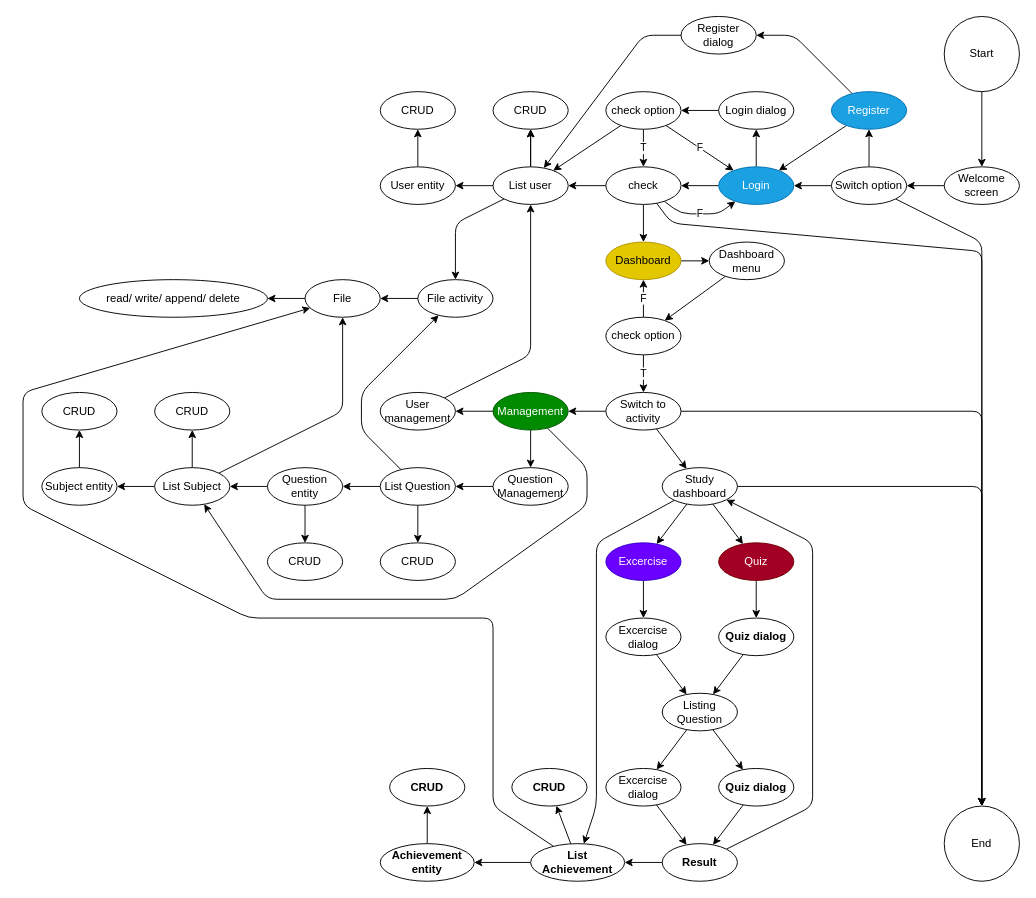
The draw.io diagram page "Use case" (1 of 2) of diagrams.drawio in dev4fut/quiz-system, before the edit. Source tidied: cells renumbered, new cells numbered last; positions are measured from the earlier drawing's top-left corner, leaving out a move shared by most shapes. Both pictures are drawn from the tidied source at 94%, with x=0, y=0 at pixel (23, 16).
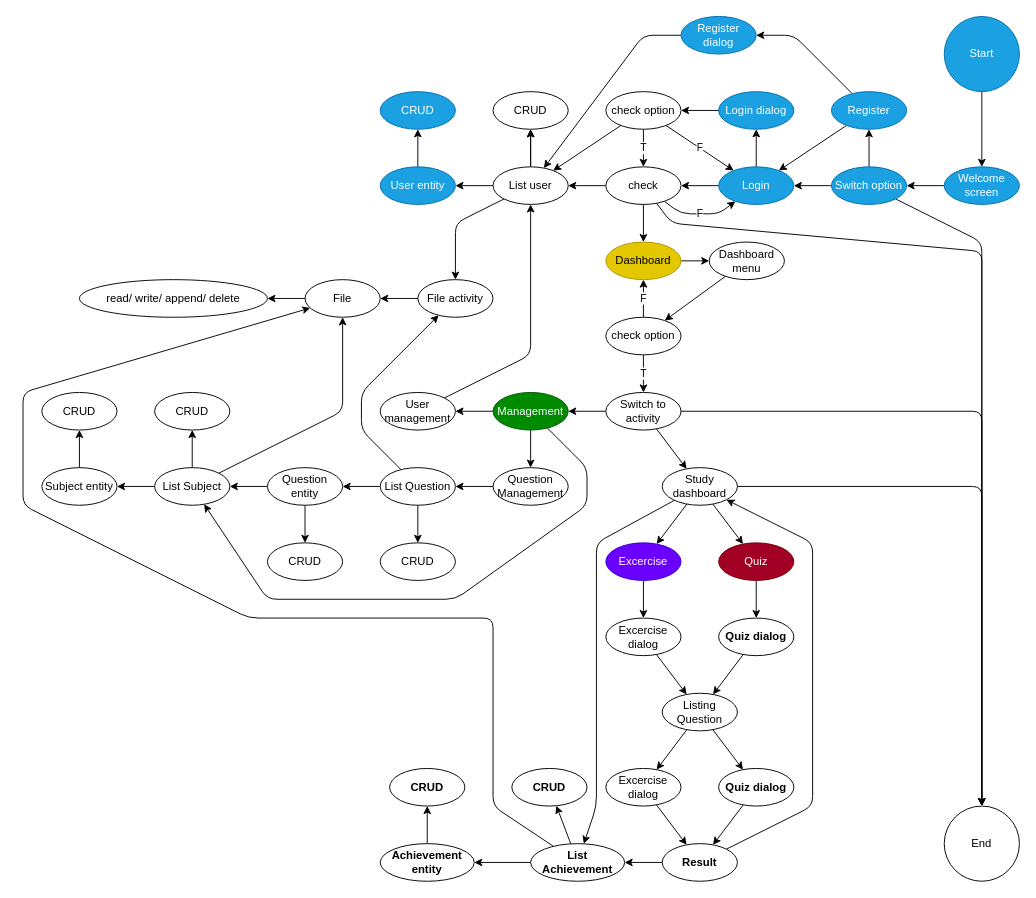
The same diagram, later.

Diff of the diagram source:
```diff
@@
-    <mxCell id="3" value="Start" style="ellipse;whiteSpace=wrap;html=1;" parent="1" vertex="1">
+    <mxCell id="3" value="Start" style="ellipse;whiteSpace=wrap;html=1;fillColor=#1ba1e2;fontColor=#ffffff;strokeColor=#006EAF;" parent="1" vertex="1">
       <mxGeometry x="980" width="80" height="80" as="geometry" />
     </mxCell>
@@
-    <mxCell id="13" value="User entity" style="ellipse;whiteSpace=wrap;html=1;" parent="1" vertex="1">
+    <mxCell id="13" value="User entity" style="ellipse;whiteSpace=wrap;html=1;fillColor=#1ba1e2;fontColor=#ffffff;strokeColor=#006EAF;" parent="1" vertex="1">
       <mxGeometry x="380" y="160" width="80" height="40" as="geometry" />
     </mxCell>
-    <mxCell id="14" value="CRUD" style="ellipse;whiteSpace=wrap;html=1;" parent="1" vertex="1">
+    <mxCell id="14" value="CRUD" style="ellipse;whiteSpace=wrap;html=1;fillColor=#1ba1e2;fontColor=#ffffff;strokeColor=#006EAF;" parent="1" vertex="1">
       <mxGeometry x="380" y="80" width="80" height="40" as="geometry" />
     </mxCell>
@@
-    <mxCell id="67" value="Switch option" style="ellipse;whiteSpace=wrap;html=1;" parent="1" vertex="1">
+    <mxCell id="67" value="Switch option" style="ellipse;whiteSpace=wrap;html=1;fillColor=#1ba1e2;fontColor=#ffffff;strokeColor=#006EAF;" parent="1" vertex="1">
       <mxGeometry x="860" y="160" width="80" height="40" as="geometry" />
     </mxCell>
@@
-    <mxCell id="69" value="Welcome screen" style="ellipse;whiteSpace=wrap;html=1;" parent="1" vertex="1">
+    <mxCell id="69" value="Welcome screen" style="ellipse;whiteSpace=wrap;html=1;fillColor=#1ba1e2;fontColor=#ffffff;strokeColor=#006EAF;" parent="1" vertex="1">
       <mxGeometry x="980" y="160" width="80" height="40" as="geometry" />
     </mxCell>
@@
-    <mxCell id="73" value="Login dialog" style="ellipse;whiteSpace=wrap;html=1;" parent="1" vertex="1">
+    <mxCell id="73" value="Login dialog" style="ellipse;whiteSpace=wrap;html=1;fillColor=#1ba1e2;fontColor=#ffffff;strokeColor=#006EAF;" parent="1" vertex="1">
       <mxGeometry x="740" y="80" width="80" height="40" as="geometry" />
     </mxCell>
@@
-    <mxCell id="75" value="Register dialog" style="ellipse;whiteSpace=wrap;html=1;" parent="1" vertex="1">
+    <mxCell id="75" value="Register dialog" style="ellipse;whiteSpace=wrap;html=1;fillColor=#1ba1e2;fontColor=#ffffff;strokeColor=#006EAF;" parent="1" vertex="1">
       <mxGeometry x="700" width="80" height="40" as="geometry" />
     </mxCell>
```
